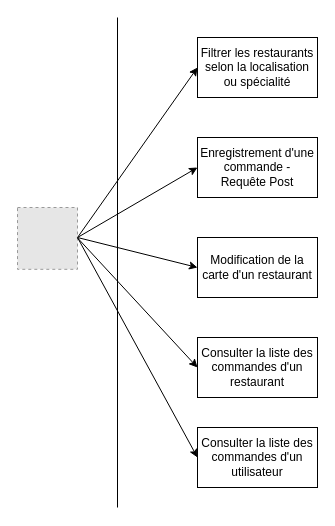
Above: diagramme_utilisation_API.drawio in TheAIWizard/Ensaeats (draw.io), before the change. Source tidied: cells renumbered, new cells numbered last; positions are measured from the earlier drawing's top-left corner, leaving out a move shared by most shapes. Both pictures are drawn from the tidied source at 100%, with x=0, y=0 at pixel (17, 17). Pictures stored in the file or linked from it are replaced by grey dashed boxes.
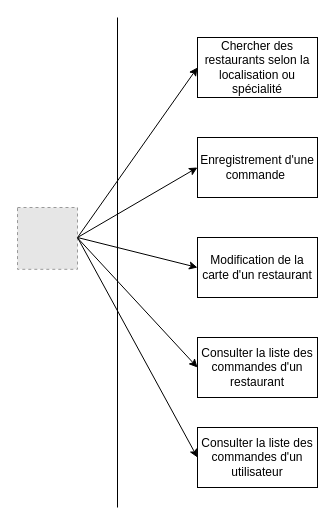
Above is the later version.

Commit message (it also covers changes not shown here):
modif diagramme

The edit, as a diff of the source:
```diff
@@
 <mxGraphModel>
   <root>
     <mxCell id="0" />
     <mxCell id="1" parent="0" />
     <mxCell id="2" style="endArrow=none;html=1;" parent="1" edge="1">
       <mxGeometry relative="1" as="geometry">
         <mxPoint x="100" y="490" as="sourcePoint" />
         <mxPoint x="100" as="targetPoint" />
       </mxGeometry>
     </mxCell>
     <mxCell id="3" style="endArrow=classic;html=1;entryX=0;entryY=0.5;entryDx=0;entryDy=0;" parent="1" edge="1" target="4">
       <mxGeometry relative="1" as="geometry">
         <mxPoint x="60" y="220" as="sourcePoint" />
       </mxGeometry>
     </mxCell>
-    <mxCell id="4" value="Enregistrement d'une commande - &lt;br&gt;Requête Post" style="rounded=0;whiteSpace=wrap;html=1;" parent="1" vertex="1">
+    <mxCell id="4" value="Enregistrement d'une commande&amp;nbsp;" style="rounded=0;whiteSpace=wrap;html=1;" parent="1" vertex="1">
       <mxGeometry x="180" y="120" width="120" height="60" as="geometry" />
     </mxCell>
     <mxCell id="5" value="Modification de la carte d'un restaurant&lt;br&gt;" style="rounded=0;whiteSpace=wrap;html=1;" parent="1" vertex="1">
       <mxGeometry x="180" y="220" width="120" height="60" as="geometry" />
     </mxCell>
     <mxCell id="6" style="endArrow=classic;html=1;entryX=0;entryY=0.5;entryDx=0;entryDy=0;" parent="1" edge="1" target="5">
       <mxGeometry relative="1" as="geometry">
         <mxPoint x="60" y="220" as="sourcePoint" />
       </mxGeometry>
     </mxCell>
     <mxCell id="7" style="fillColor=#E6E6E6;strokeColor=#999999;dashed=1;verticalLabelPosition=bottom;verticalAlign=top;" parent="1" vertex="1">
       <mxGeometry y="190" width="60" height="61.8" as="geometry" />
     </mxCell>
     <mxCell id="8" style="endArrow=classic;html=1;entryX=0;entryY=0.5;entryDx=0;entryDy=0;" parent="1" edge="1" target="9">
       <mxGeometry relative="1" as="geometry">
         <mxPoint x="60" y="220.4" as="sourcePoint" />
       </mxGeometry>
     </mxCell>
     <mxCell id="9" value="Consulter la liste des commandes d'un restaurant" style="rounded=0;whiteSpace=wrap;html=1;" parent="1" vertex="1">
       <mxGeometry x="180" y="320" width="120" height="60" as="geometry" />
     </mxCell>
     <mxCell id="10" style="endArrow=classic;html=1;entryX=0;entryY=0.5;entryDx=0;entryDy=0;" parent="1" edge="1" target="11">
       <mxGeometry relative="1" as="geometry">
         <mxPoint x="60" y="220" as="sourcePoint" />
       </mxGeometry>
     </mxCell>
-    <mxCell id="11" value="Filtrer les restaurants selon la localisation ou spécialité" style="rounded=0;whiteSpace=wrap;html=1;" parent="1" vertex="1">
+    <mxCell id="11" value="Chercher des restaurants selon la localisation ou spécialité" style="rounded=0;whiteSpace=wrap;html=1;" parent="1" vertex="1">
       <mxGeometry x="180" y="20" width="120" height="60" as="geometry" />
     </mxCell>
     <mxCell id="12" style="endArrow=classic;html=1;entryX=0;entryY=0.5;entryDx=0;entryDy=0;" parent="1" edge="1" target="13">
       <mxGeometry relative="1" as="geometry">
         <mxPoint x="60" y="220" as="sourcePoint" />
       </mxGeometry>
     </mxCell>
     <mxCell id="13" value="Consulter la liste des commandes d'un utilisateur" style="rounded=0;whiteSpace=wrap;html=1;" parent="1" vertex="1">
       <mxGeometry x="180" y="410" width="120" height="60" as="geometry" />
     </mxCell>
   </root>
 </mxGraphModel>
```
